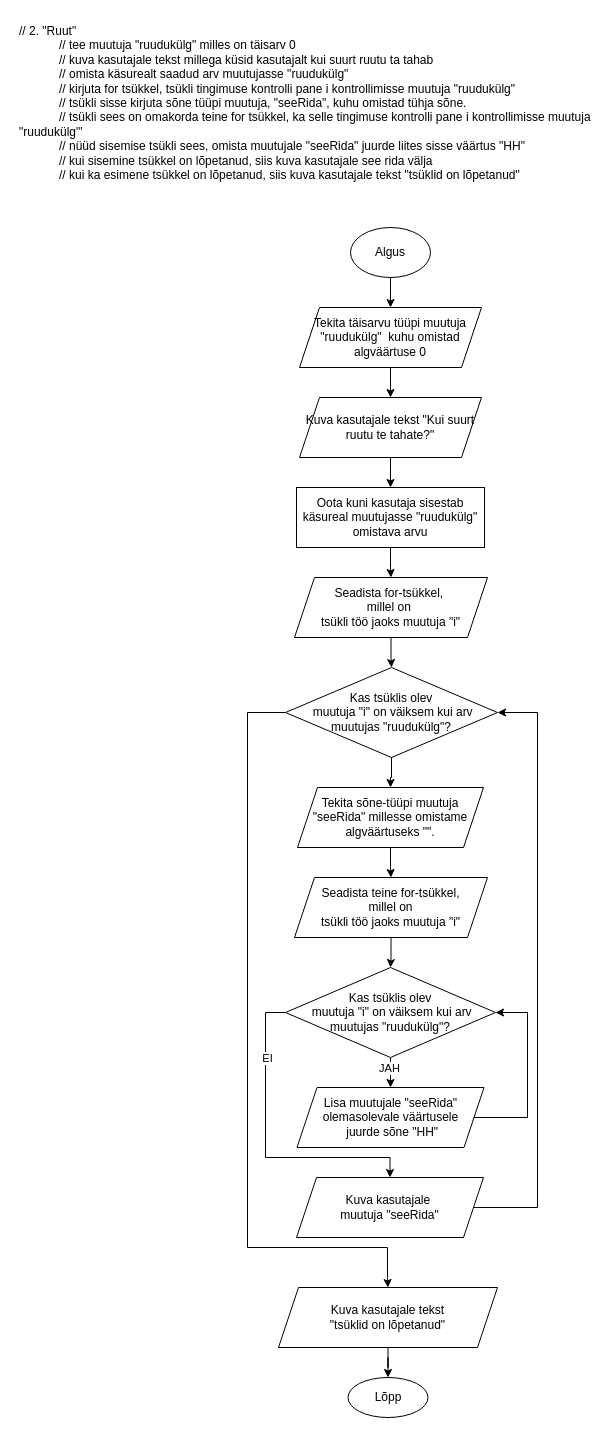
Earlier version of the draw.io diagram Vooskeemid/CYCLES - For Ülesanne 2.drawio (RasmusKopli/harjutused). Source tidied: cells renumbered, new cells numbered last; positions are measured from the earlier drawing's top-left corner, leaving out a move shared by most shapes. Both pictures are drawn from the tidied source at 100%, with x=0, y=0 at pixel (17, 17).
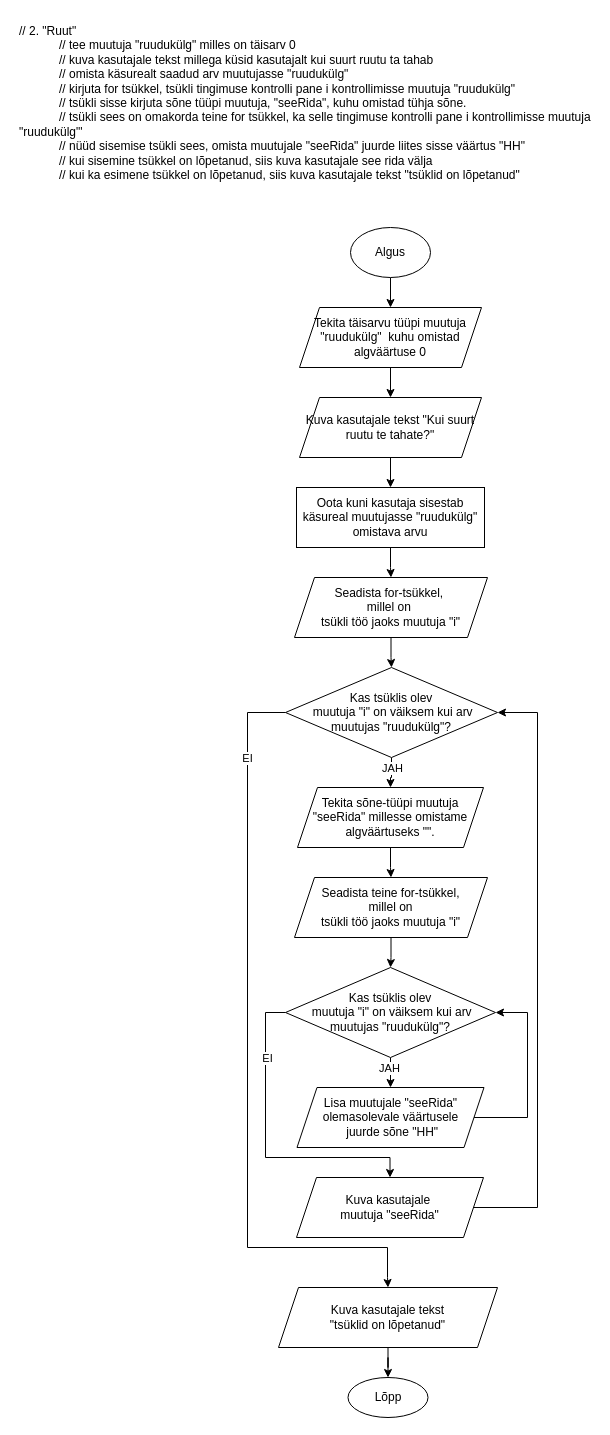
The same diagram, later.

Commit message (it also covers changes not shown here):
Lahendatud ülesanne For 2

Unchanged cells that the change refers to:
```xml
<mxCell id="13" style="edgeStyle=orthogonalEdgeStyle;rounded=0;jettySize=auto;html=1;" parent="1" edge="1" source="15" target="17">
  <mxGeometry relative="1" as="geometry" />
</mxCell>
<mxCell id="14" style="edgeStyle=orthogonalEdgeStyle;rounded=0;jettySize=auto;html=1;exitX=0;exitY=0.5;exitDx=0;exitDy=0;entryX=0.5;entryY=0;entryDx=0;entryDy=0;" parent="1" edge="1" source="15" target="30">
  <mxGeometry relative="1" as="geometry">
    <Array as="points">
      <mxPoint x="230" y="695" />
      <mxPoint x="230" y="1230" />
      <mxPoint x="370" y="1230" />
      <mxPoint x="370" y="1260" />
    </Array>
  </mxGeometry>
</mxCell>
```

What changed in the source:
```diff
@@
+    <mxCell id="32" value="JAH" style="edgeLabel;html=1;align=center;verticalAlign=middle;" parent="13" vertex="1">
+      <mxGeometry x="-0.33" relative="1" as="geometry" />
+    </mxCell>
@@
+    <mxCell id="33" value="EI" style="edgeLabel;html=1;align=center;verticalAlign=middle;" parent="14" vertex="1">
+      <mxGeometry x="-0.78" y="-1" relative="1" as="geometry" />
+    </mxCell>
```
